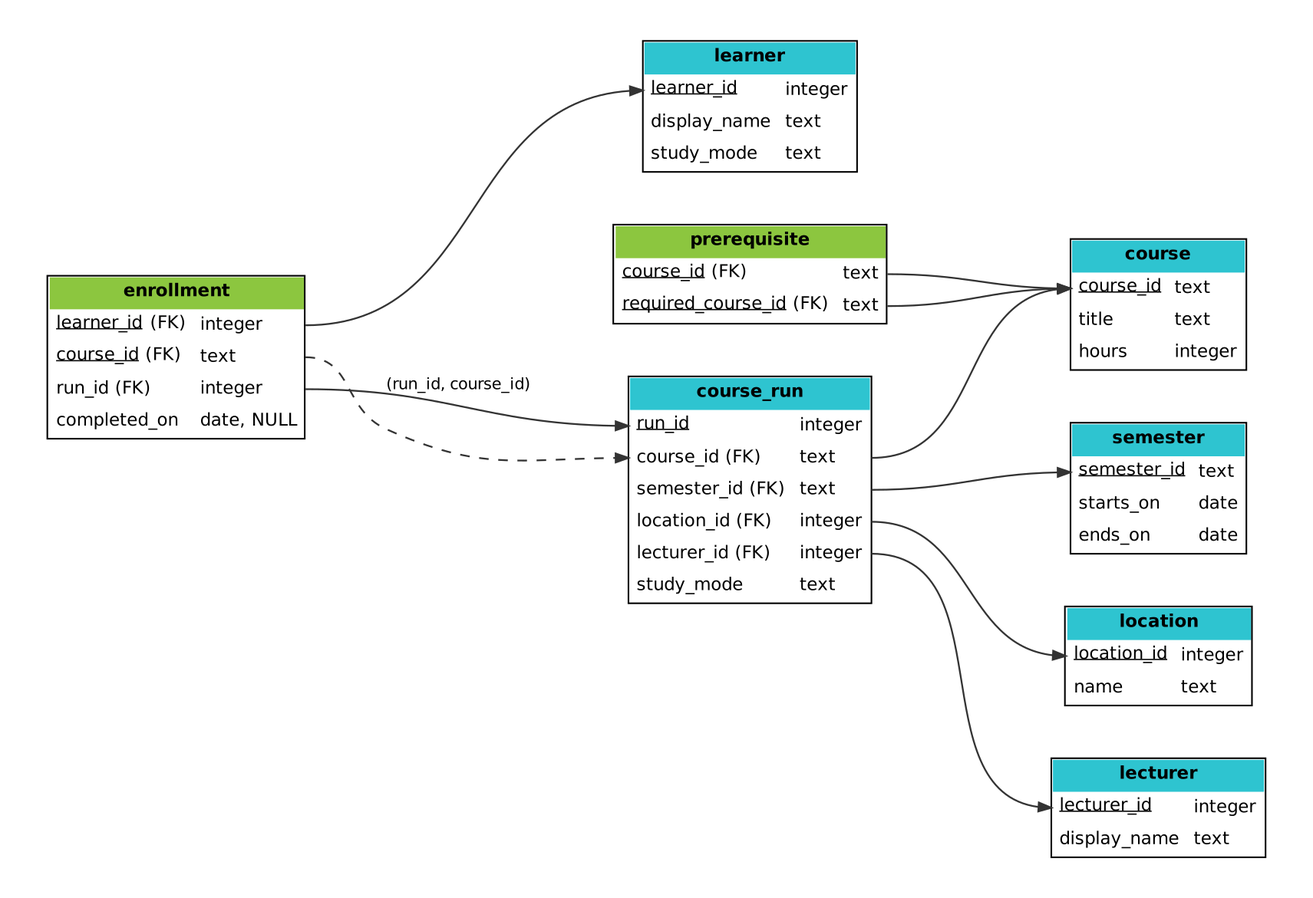
ibidreli/ddi_mcs keeps this Graphviz diagram as le2-sql/model/relational.png. Above is the earlier version. Its source is kept beside it as le2-sql/model/relational.dot.
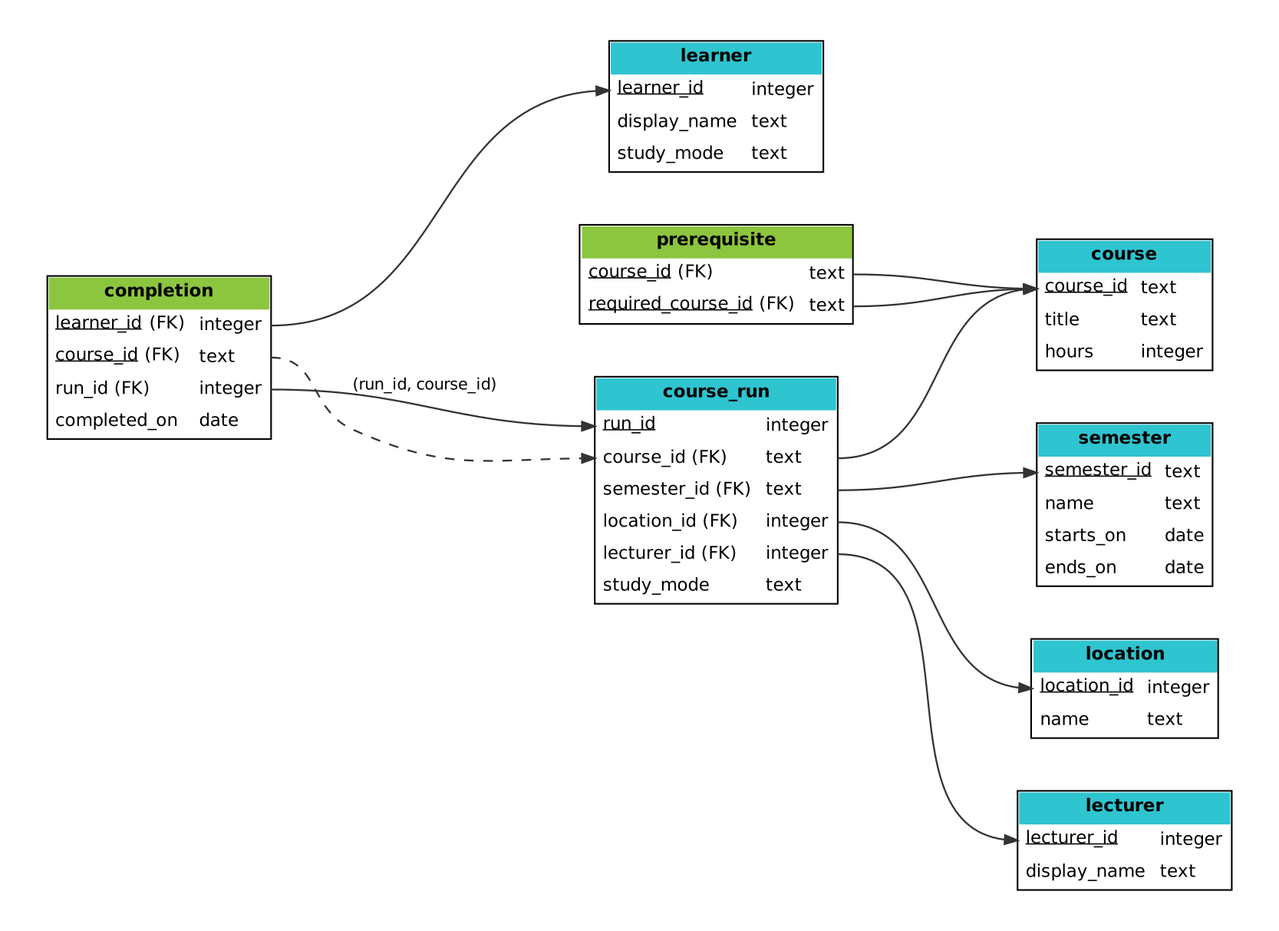
After the commit.

Change to the diagram source:
```diff
@@ -11,13 +11,13 @@
       <TR><TD ALIGN="LEFT">study_mode</TD><TD ALIGN="LEFT">text</TD></TR>
     </TABLE>>];
 
-  enrollment [label=<
+  completion [label=<
     <TABLE BORDER="1" CELLBORDER="0" CELLSPACING="0" CELLPADDING="4" BGCOLOR="white">
-      <TR><TD BGCOLOR="#8cc63f" COLSPAN="2"><B>enrollment</B></TD></TR>
+      <TR><TD BGCOLOR="#8cc63f" COLSPAN="2"><B>completion</B></TD></TR>
       <TR><TD ALIGN="LEFT"><U>learner_id</U> (FK)</TD><TD ALIGN="LEFT" PORT="learner">integer</TD></TR>
       <TR><TD ALIGN="LEFT"><U>course_id</U> (FK)</TD><TD ALIGN="LEFT" PORT="course">text</TD></TR>
       <TR><TD ALIGN="LEFT">run_id (FK)</TD><TD ALIGN="LEFT" PORT="run">integer</TD></TR>
-      <TR><TD ALIGN="LEFT">completed_on</TD><TD ALIGN="LEFT">date, NULL</TD></TR>
+      <TR><TD ALIGN="LEFT">completed_on</TD><TD ALIGN="LEFT">date</TD></TR>
     </TABLE>>];
 
   course_run [label=<
@@ -50,6 +50,7 @@
     <TABLE BORDER="1" CELLBORDER="0" CELLSPACING="0" CELLPADDING="4" BGCOLOR="white">
       <TR><TD BGCOLOR="#2ec4d0" COLSPAN="2"><B>semester</B></TD></TR>
       <TR><TD ALIGN="LEFT" PORT="pk"><U>semester_id</U></TD><TD ALIGN="LEFT">text</TD></TR>
+      <TR><TD ALIGN="LEFT">name</TD><TD ALIGN="LEFT">text</TD></TR>
       <TR><TD ALIGN="LEFT">starts_on</TD><TD ALIGN="LEFT">date</TD></TR>
       <TR><TD ALIGN="LEFT">ends_on</TD><TD ALIGN="LEFT">date</TD></TR>
     </TABLE>>];
@@ -68,13 +69,13 @@
       <TR><TD ALIGN="LEFT">display_name</TD><TD ALIGN="LEFT">text</TD></TR>
     </TABLE>>];
 
-  {rank=same; enrollment;}
+  {rank=same; completion;}
   {rank=same; learner; course_run; prerequisite;}
   {rank=same; course; semester; location; lecturer;}
 
-  enrollment:learner:e -> learner:pk:w;
-  enrollment:run:e -> course_run:pk:w [label="(run_id, course_id)", fontsize=10, fontname="Helvetica"];
-  enrollment:course:e -> course_run:course_in:w [style=dashed];
+  completion:learner:e -> learner:pk:w;
+  completion:run:e -> course_run:pk:w [label="(run_id, course_id)", fontsize=10, fontname="Helvetica"];
+  completion:course:e -> course_run:course_in:w [style=dashed];
   course_run:course:e -> course:pk:w;
   course_run:semester:e -> semester:pk:w;
   course_run:location:e -> location:pk:w;
```
